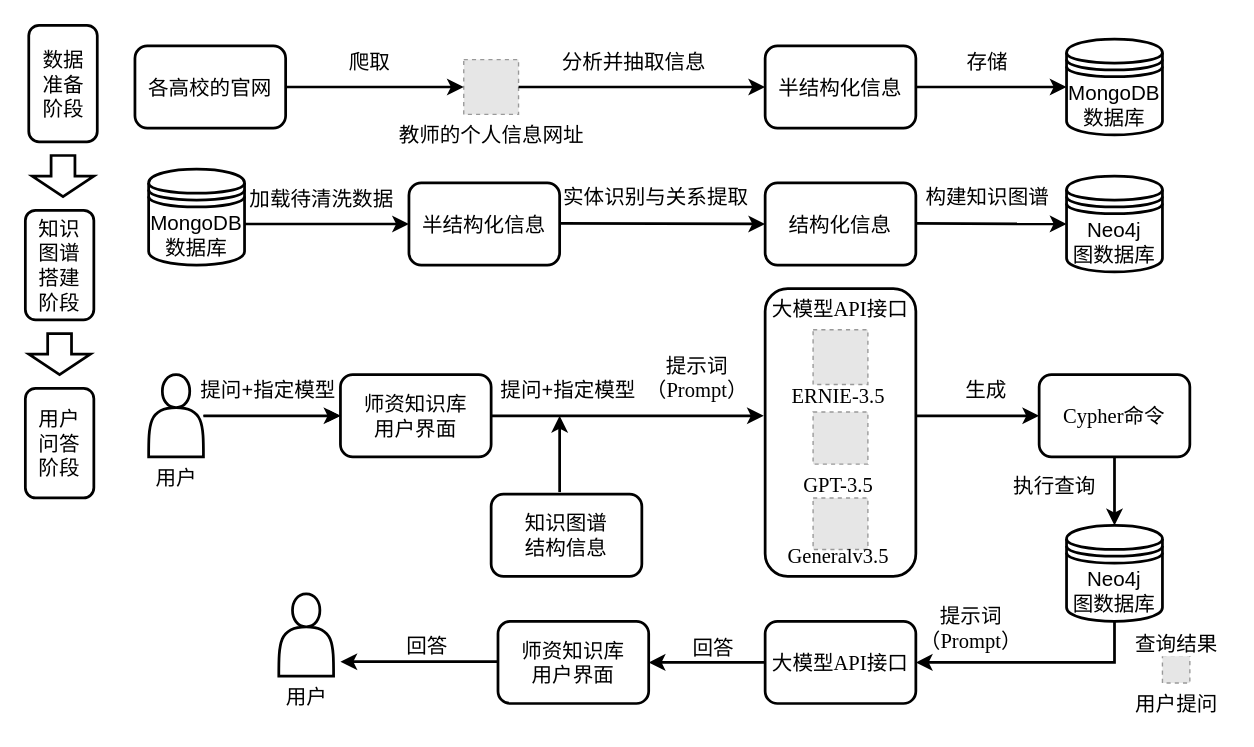
The draw.io diagram 图2-1系统架构图.drawio in sjgcsf/software_engineering, before the edit. Source tidied: cells renumbered, new cells numbered last; positions are measured from the earlier drawing's top-left corner, leaving out a move shared by most shapes. Both pictures are drawn from the tidied source at 137%, with x=0, y=0 at pixel (25, 25). Pictures stored in the file or linked from it are replaced by grey dashed boxes.
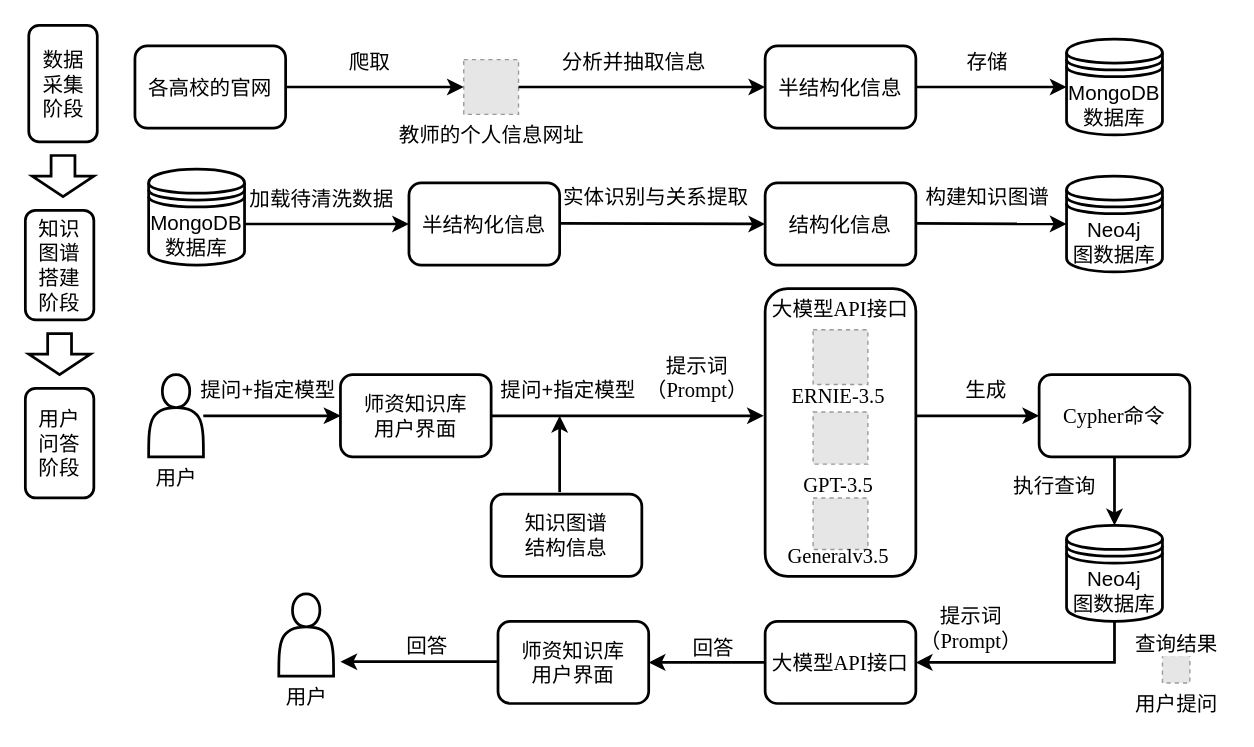
The same diagram, later.

Commit message:
更新图2-1系统架构图.drawio

Diff of the diagram source:
```diff
@@
-    <mxCell id="60" value="&lt;font style=&quot;font-size: 15px;&quot; face=&quot;Times New Roman&quot;&gt;数据&lt;/font&gt;&lt;div&gt;&lt;font style=&quot;font-size: 15px;&quot; face=&quot;Times New Roman&quot;&gt;准备&lt;/font&gt;&lt;/div&gt;&lt;div&gt;&lt;font style=&quot;font-size: 15px;&quot; face=&quot;Times New Roman&quot;&gt;阶段&lt;/font&gt;&lt;/div&gt;" style="rounded=1;whiteSpace=wrap;html=1;labelBorderColor=none;fontStyle=0;strokeWidth=2;" parent="1" vertex="1">
+    <mxCell id="60" value="&lt;font style=&quot;font-size: 15px;&quot; face=&quot;Times New Roman&quot;&gt;数据&lt;/font&gt;&lt;div&gt;&lt;span style=&quot;font-size: 15px; font-family: &amp;quot;Times New Roman&amp;quot;; background-color: initial;&quot;&gt;采集&lt;/span&gt;&lt;/div&gt;&lt;div&gt;&lt;span style=&quot;font-size: 15px; font-family: &amp;quot;Times New Roman&amp;quot;; background-color: initial;&quot;&gt;阶段&lt;/span&gt;&lt;/div&gt;" style="rounded=1;whiteSpace=wrap;html=1;labelBorderColor=none;fontStyle=0;strokeWidth=2;" parent="1" vertex="1">
       <mxGeometry x="2.5" width="50" height="85" as="geometry" />
     </mxCell>
```
